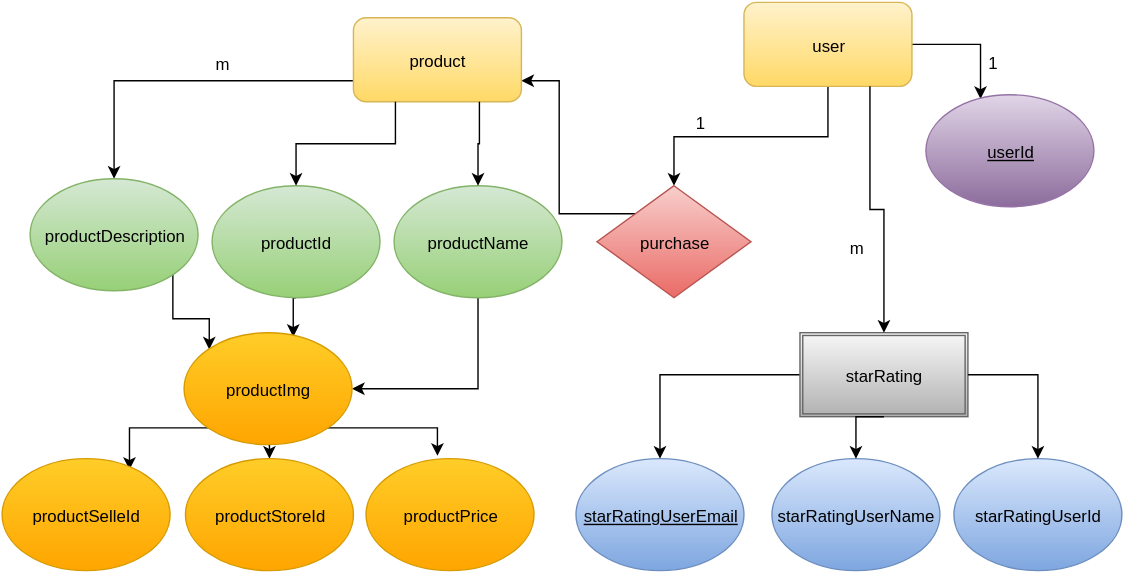
The draw.io diagram images/ebay-erd.svg in marcelo-ibarra/ebaydatadesign, before a commit. Source tidied: cells renumbered, new cells last; positions are measured from the earlier drawing's top-left corner, leaving out a move shared by most shapes.
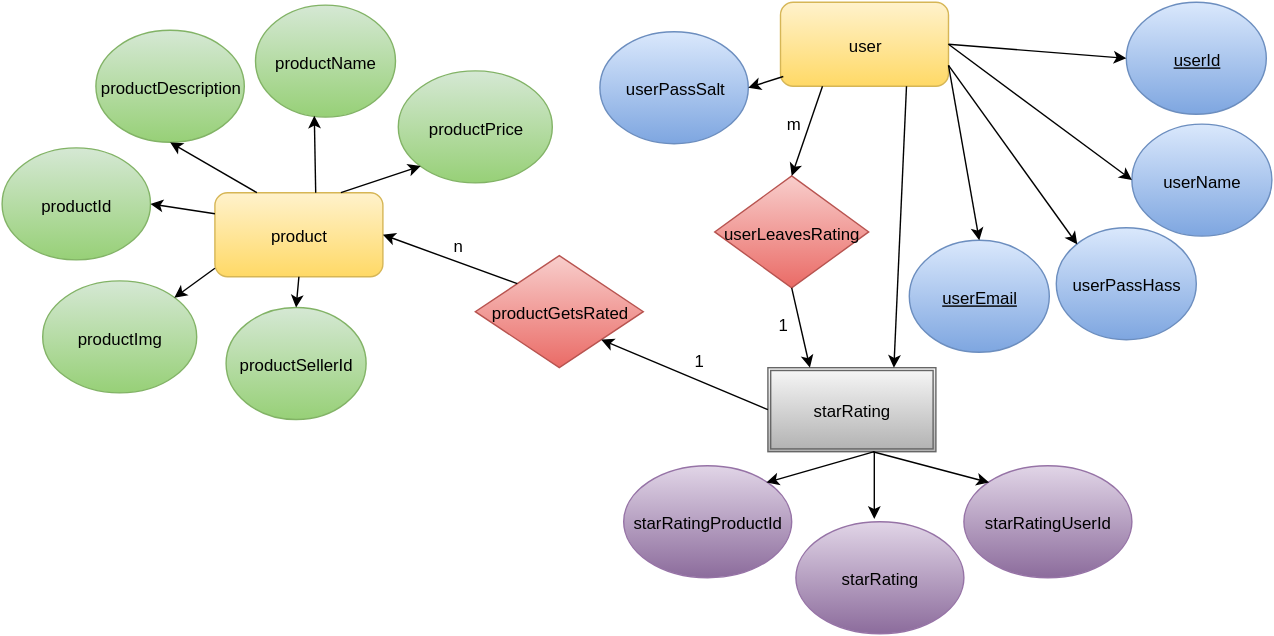
After the commit.

What changed in the source:
```diff
@@ -2,110 +2,140 @@
   <root>
     <mxCell id="0" />
     <mxCell id="1" parent="0" />
-    <mxCell id="2" style="edgeStyle=orthogonalEdgeStyle;rounded=0;html=1;exitX=0;exitY=0.75;jettySize=auto;" parent="1" edge="1" source="17" target="9">
-      <mxGeometry relative="1" as="geometry" />
-    </mxCell>
-    <mxCell id="3" style="edgeStyle=orthogonalEdgeStyle;rounded=0;html=1;exitX=0.5;exitY=1;entryX=0.5;entryY=0;jettySize=auto;" parent="1" edge="1" source="5" target="7">
-      <mxGeometry relative="1" as="geometry" />
-    </mxCell>
-    <mxCell id="4" style="edgeStyle=orthogonalEdgeStyle;rounded=0;html=1;exitX=1;exitY=0.5;entryX=0.325;entryY=0.036;entryPerimeter=0;jettySize=auto;" parent="1" edge="1" source="5" target="35">
-      <mxGeometry relative="1" as="geometry" />
-    </mxCell>
     <mxCell id="5" value="user" style="rounded=1;whiteSpace=wrap;html=1;plain-yellow;" parent="1" vertex="1">
-      <mxGeometry x="530" width="120" height="60" as="geometry" />
+      <mxGeometry x="553" y="-15" width="120" height="60" as="geometry" />
     </mxCell>
-    <mxCell id="6" style="edgeStyle=orthogonalEdgeStyle;rounded=0;html=1;exitX=0;exitY=0;entryX=1;entryY=0.75;jettySize=auto;" parent="1" edge="1" source="7" target="17">
-      <mxGeometry relative="1" as="geometry" />
-    </mxCell>
-    <mxCell id="7" value="purchase" style="rhombus;whiteSpace=wrap;html=1;plain-red;" parent="1" vertex="1">
-      <mxGeometry x="425" y="131" width="110" height="80" as="geometry" />
+    <mxCell id="7" value="userLeavesRating" style="rhombus;whiteSpace=wrap;html=1;plain-red;" parent="1" vertex="1">
+      <mxGeometry x="506" y="109" width="110" height="80" as="geometry" />
     </mxCell>
-    <mxCell id="8" style="edgeStyle=orthogonalEdgeStyle;rounded=0;html=1;exitX=1;exitY=1;entryX=0;entryY=0;jettySize=auto;" parent="1" edge="1" source="9" target="30">
-      <mxGeometry relative="1" as="geometry" />
-    </mxCell>
     <mxCell id="9" value="productDescription" style="ellipse;whiteSpace=wrap;html=1;plain-green;" parent="1" vertex="1">
-      <mxGeometry x="20" y="126" width="120" height="80" as="geometry" />
+      <mxGeometry x="64" y="5" width="106" height="80" as="geometry" />
     </mxCell>
-    <mxCell id="10" style="edgeStyle=orthogonalEdgeStyle;rounded=0;html=1;exitX=0;exitY=0.5;entryX=0.5;entryY=0;jettySize=auto;" parent="1" edge="1" source="11" target="12">
-      <mxGeometry relative="1" as="geometry" />
-    </mxCell>
     <mxCell id="11" value="starRating" style="shape=ext;double=1;whiteSpace=wrap;html=1;plain-gray;" parent="1" vertex="1">
-      <mxGeometry x="570" y="236" width="120" height="60" as="geometry" />
+      <mxGeometry x="544" y="246" width="120" height="60" as="geometry" />
     </mxCell>
-    <mxCell id="12" value="&lt;u&gt;starRatingUserEmail&lt;/u&gt;" style="ellipse;whiteSpace=wrap;html=1;plain-blue;" parent="1" vertex="1">
-      <mxGeometry x="410" y="326" width="120" height="80" as="geometry" />
+    <mxCell id="12" value="&lt;u&gt;userEmail&lt;/u&gt;" style="ellipse;whiteSpace=wrap;html=1;plain-blue;" parent="1" vertex="1">
+      <mxGeometry x="645" y="155" width="100" height="80" as="geometry" />
     </mxCell>
-    <mxCell id="13" value="starRatingUserId" style="ellipse;whiteSpace=wrap;html=1;plain-blue;" parent="1" vertex="1">
-      <mxGeometry x="680" y="326" width="120" height="80" as="geometry" />
+    <mxCell id="13" value="starRatingUserId" style="ellipse;whiteSpace=wrap;html=1;plain-purple;" parent="1" vertex="1">
+      <mxGeometry x="684" y="316" width="120" height="80" as="geometry" />
     </mxCell>
-    <mxCell id="14" value="starRatingUserName" style="ellipse;whiteSpace=wrap;html=1;plain-blue;" parent="1" vertex="1">
-      <mxGeometry x="550" y="326" width="120" height="80" as="geometry" />
+    <mxCell id="14" value="userName" style="ellipse;whiteSpace=wrap;html=1;plain-blue;" parent="1" vertex="1">
+      <mxGeometry x="804" y="72" width="100" height="80" as="geometry" />
     </mxCell>
-    <mxCell id="15" value="1" style="text;html=1;align=left;verticalAlign=top;spacingTop=-4;" parent="1" vertex="1">
-      <mxGeometry x="494" y="77" width="20" height="10" as="geometry" />
-    </mxCell>
-    <mxCell id="16" value="m" style="text;html=1;align=left;verticalAlign=top;spacingTop=-4;" parent="1" vertex="1">
-      <mxGeometry x="604" y="166" width="30" height="10" as="geometry" />
-    </mxCell>
     <mxCell id="17" value="product" style="rounded=1;whiteSpace=wrap;html=1;plain-yellow;" parent="1" vertex="1">
-      <mxGeometry x="251" y="11" width="120" height="60" as="geometry" />
+      <mxGeometry x="149" y="121" width="120" height="60" as="geometry" />
     </mxCell>
-    <mxCell id="18" style="edgeStyle=orthogonalEdgeStyle;rounded=0;html=1;exitX=1;exitY=0.5;entryX=0.5;entryY=0;jettySize=auto;" parent="1" edge="1" source="11" target="13">
-      <mxGeometry relative="1" as="geometry" />
-    </mxCell>
-    <mxCell id="19" style="edgeStyle=orthogonalEdgeStyle;rounded=0;html=1;exitX=0.5;exitY=1;entryX=0.5;entryY=0;jettySize=auto;" parent="1" edge="1" source="11" target="14">
-      <mxGeometry relative="1" as="geometry" />
-    </mxCell>
-    <mxCell id="20" style="edgeStyle=orthogonalEdgeStyle;rounded=0;html=1;exitX=0.5;exitY=1;entryX=0.65;entryY=0.036;entryPerimeter=0;jettySize=auto;" parent="1" edge="1" source="21" target="30">
-      <mxGeometry relative="1" as="geometry" />
-    </mxCell>
     <mxCell id="21" value="productId" style="ellipse;whiteSpace=wrap;html=1;plain-green;" parent="1" vertex="1">
-      <mxGeometry x="150" y="131" width="120" height="80" as="geometry" />
+      <mxGeometry x="-3" y="89" width="106" height="80" as="geometry" />
     </mxCell>
-    <mxCell id="22" style="edgeStyle=orthogonalEdgeStyle;rounded=0;html=1;exitX=0.5;exitY=1;entryX=1;entryY=0.5;jettySize=auto;" parent="1" edge="1" source="23" target="30">
-      <mxGeometry relative="1" as="geometry" />
-    </mxCell>
     <mxCell id="23" value="productName" style="ellipse;whiteSpace=wrap;html=1;plain-green;" parent="1" vertex="1">
-      <mxGeometry x="280" y="131" width="120" height="80" as="geometry" />
+      <mxGeometry x="178" y="-13" width="100" height="80" as="geometry" />
     </mxCell>
-    <mxCell id="24" style="edgeStyle=orthogonalEdgeStyle;rounded=0;html=1;exitX=0.25;exitY=1;entryX=0.5;entryY=0;jettySize=auto;" parent="1" edge="1" source="17" target="21">
-      <mxGeometry relative="1" as="geometry" />
-    </mxCell>
-    <mxCell id="25" style="edgeStyle=orthogonalEdgeStyle;rounded=0;html=1;exitX=0.75;exitY=1;jettySize=auto;" parent="1" edge="1" source="17" target="23">
-      <mxGeometry relative="1" as="geometry" />
-    </mxCell>
-    <mxCell id="26" style="edgeStyle=orthogonalEdgeStyle;rounded=0;html=1;exitX=0.75;exitY=1;entryX=0.5;entryY=0;jettySize=auto;" parent="1" edge="1" source="5" target="11">
-      <mxGeometry relative="1" as="geometry" />
-    </mxCell>
-    <mxCell id="27" style="edgeStyle=orthogonalEdgeStyle;rounded=0;html=1;exitX=0;exitY=1;entryX=0.758;entryY=0.099;entryPerimeter=0;jettySize=auto;" parent="1" edge="1" source="30" target="31">
-      <mxGeometry relative="1" as="geometry" />
-    </mxCell>
-    <mxCell id="28" style="edgeStyle=orthogonalEdgeStyle;rounded=0;html=1;exitX=0.5;exitY=1;entryX=0.5;entryY=0;jettySize=auto;" parent="1" edge="1" source="30" target="32">
-      <mxGeometry relative="1" as="geometry" />
-    </mxCell>
-    <mxCell id="29" style="edgeStyle=orthogonalEdgeStyle;rounded=0;html=1;exitX=1;exitY=1;entryX=0.425;entryY=-0.026;entryPerimeter=0;jettySize=auto;" parent="1" edge="1" source="30" target="33">
-      <mxGeometry relative="1" as="geometry" />
-    </mxCell>
-    <mxCell id="30" value="productImg" style="ellipse;whiteSpace=wrap;html=1;plain-orange;" parent="1" vertex="1">
-      <mxGeometry x="130" y="236" width="120" height="80" as="geometry" />
+    <mxCell id="30" value="productImg" style="ellipse;whiteSpace=wrap;html=1;plain-green;" parent="1" vertex="1">
+      <mxGeometry x="26" y="184" width="110" height="80" as="geometry" />
     </mxCell>
-    <mxCell id="31" value="productSelleId" style="ellipse;whiteSpace=wrap;html=1;plain-orange;" parent="1" vertex="1">
-      <mxGeometry y="326" width="120" height="80" as="geometry" />
+    <mxCell id="31" value="productPrice" style="ellipse;whiteSpace=wrap;html=1;plain-green;" parent="1" vertex="1">
+      <mxGeometry x="280" y="34" width="110" height="80" as="geometry" />
     </mxCell>
-    <mxCell id="32" value="productStoreId" style="ellipse;whiteSpace=wrap;html=1;plain-orange;" parent="1" vertex="1">
-      <mxGeometry x="131" y="326" width="120" height="80" as="geometry" />
-    </mxCell>
-    <mxCell id="33" value="productPrice" style="ellipse;whiteSpace=wrap;html=1;plain-orange;" parent="1" vertex="1">
-      <mxGeometry x="260" y="326" width="120" height="80" as="geometry" />
+    <mxCell id="33" value="productSellerId" style="ellipse;whiteSpace=wrap;html=1;plain-green;" parent="1" vertex="1">
+      <mxGeometry x="157" y="203" width="100" height="80" as="geometry" />
     </mxCell>
-    <mxCell id="34" value="m" style="text;html=1;align=left;verticalAlign=top;spacingTop=-4;" parent="1" vertex="1">
-      <mxGeometry x="151" y="35" width="30" height="10" as="geometry" />
-    </mxCell>
-    <mxCell id="35" value="&lt;u&gt;userId&lt;/u&gt;" style="ellipse;whiteSpace=wrap;html=1;plain-purple;" parent="1" vertex="1">
-      <mxGeometry x="660" y="66" width="120" height="80" as="geometry" />
+    <mxCell id="35" value="&lt;u&gt;userId&lt;/u&gt;" style="ellipse;whiteSpace=wrap;html=1;plain-blue;" parent="1" vertex="1">
+      <mxGeometry x="800" y="-15" width="100" height="80" as="geometry" />
     </mxCell>
-    <mxCell id="36" value="1" style="text;html=1;align=left;verticalAlign=top;spacingTop=-4;" parent="1" vertex="1">
-      <mxGeometry x="703" y="34" width="20" height="10" as="geometry" />
-    </mxCell>
+    <mxCell id="37" value="starRatingProductId" style="ellipse;whiteSpace=wrap;html=1;plain-purple;" parent="1" vertex="1">
+      <mxGeometry x="441" y="316" width="120" height="80" as="geometry" />
+    </mxCell>
+    <mxCell id="38" value="userPassHass" style="ellipse;whiteSpace=wrap;html=1;strokeWidth=1;plain-blue;" parent="1" vertex="1">
+      <mxGeometry x="750" y="146" width="100" height="80" as="geometry" />
+    </mxCell>
+    <mxCell id="39" style="endArrow=classic;html=1;entryX=0;entryY=0.5;" parent="1" edge="1" target="35">
+      <mxGeometry relative="1" as="geometry">
+        <mxPoint x="673" y="15" as="sourcePoint" />
+      </mxGeometry>
+    </mxCell>
+    <mxCell id="40" style="endArrow=classic;html=1;entryX=0;entryY=0.5;exitX=1;exitY=0.5;" parent="1" edge="1" source="5" target="14">
+      <mxGeometry relative="1" as="geometry" />
+    </mxCell>
+    <mxCell id="41" style="endArrow=classic;html=1;entryX=0;entryY=0;exitX=1;exitY=0.75;" parent="1" edge="1" source="5" target="38">
+      <mxGeometry relative="1" as="geometry" />
+    </mxCell>
+    <mxCell id="42" style="endArrow=classic;html=1;entryX=0.5;entryY=0;exitX=1;exitY=0.75;" parent="1" edge="1" source="5" target="12">
+      <mxGeometry relative="1" as="geometry" />
+    </mxCell>
+    <mxCell id="26" style="endArrow=classic;html=1;entryX=0.75;entryY=0;exitX=0.75;exitY=1;" parent="1" edge="1" source="5" target="11">
+      <mxGeometry relative="1" as="geometry" />
+    </mxCell>
+    <mxCell id="43" value="productGetsRated" style="rhombus;whiteSpace=wrap;html=1;strokeWidth=1;plain-red;" parent="1" vertex="1">
+      <mxGeometry x="335" y="166" width="120" height="80" as="geometry" />
+    </mxCell>
+    <mxCell id="44" value="starRating" style="ellipse;whiteSpace=wrap;html=1;strokeWidth=1;plain-purple;" parent="1" vertex="1">
+      <mxGeometry x="564" y="356" width="120" height="80" as="geometry" />
+    </mxCell>
+    <mxCell id="18" style="endArrow=classic;html=1;entryX=0;entryY=0;exitX=0.621;exitY=1.002;exitPerimeter=0;" parent="1" edge="1" source="11" target="13">
+      <mxGeometry relative="1" as="geometry" />
+    </mxCell>
+    <mxCell id="45" style="endArrow=classic;html=1;" parent="1" edge="1">
+      <mxGeometry relative="1" as="geometry">
+        <mxPoint x="620" y="306" as="sourcePoint" />
+        <mxPoint x="620" y="354" as="targetPoint" />
+      </mxGeometry>
+    </mxCell>
+    <mxCell id="46" style="endArrow=classic;html=1;entryX=1;entryY=0;" parent="1" edge="1" target="37">
+      <mxGeometry relative="1" as="geometry">
+        <mxPoint x="620" y="306" as="sourcePoint" />
+      </mxGeometry>
+    </mxCell>
+    <mxCell id="47" style="endArrow=classic;html=1;exitX=0.596;exitY=0.002;exitPerimeter=0;" parent="1" edge="1" source="17">
+      <mxGeometry relative="1" as="geometry">
+        <mxPoint x="220" y="66" as="targetPoint" />
+      </mxGeometry>
+    </mxCell>
+    <mxCell id="48" style="endArrow=classic;html=1;entryX=0;entryY=1;exitX=0.75;exitY=0;" parent="1" edge="1" source="17" target="31">
+      <mxGeometry relative="1" as="geometry" />
+    </mxCell>
+    <mxCell id="2" style="endArrow=classic;html=1;entryX=0.5;entryY=1;exitX=0.25;exitY=0;" parent="1" edge="1" source="17" target="9">
+      <mxGeometry relative="1" as="geometry" />
+    </mxCell>
+    <mxCell id="24" style="endArrow=classic;html=1;exitX=0;exitY=0.25;entryX=1;entryY=0.5;" parent="1" edge="1" source="17" target="21">
+      <mxGeometry relative="1" as="geometry" />
+    </mxCell>
+    <mxCell id="49" style="endArrow=classic;html=1;exitX=-0.003;exitY=0.902;exitPerimeter=0;entryX=1;entryY=0;" parent="1" edge="1" source="17" target="30">
+      <mxGeometry relative="1" as="geometry" />
+    </mxCell>
+    <mxCell id="50" style="endArrow=classic;html=1;entryX=0.5;entryY=0;exitX=0.5;exitY=1;" parent="1" edge="1" source="17" target="33">
+      <mxGeometry relative="1" as="geometry" />
+    </mxCell>
+    <mxCell id="3" style="endArrow=classic;html=1;entryX=0.5;entryY=0;exitX=0.25;exitY=1;" parent="1" edge="1" source="5" target="7">
+      <mxGeometry relative="1" as="geometry" />
+    </mxCell>
+    <mxCell id="51" style="endArrow=classic;html=1;entryX=0.25;entryY=0;exitX=0.5;exitY=1;" parent="1" edge="1" source="7" target="11">
+      <mxGeometry relative="1" as="geometry" />
+    </mxCell>
+    <mxCell id="52" style="endArrow=classic;html=1;exitX=0;exitY=0.5;entryX=1;entryY=1;" parent="1" edge="1" source="11" target="43">
+      <mxGeometry relative="1" as="geometry" />
+    </mxCell>
+    <mxCell id="53" style="endArrow=classic;html=1;exitX=0;exitY=0;entryX=1;entryY=0.5;" parent="1" edge="1" source="43" target="17">
+      <mxGeometry relative="1" as="geometry" />
+    </mxCell>
+    <mxCell id="54" value="n" style="text;html=1;align=left;verticalAlign=top;spacingTop=-4;" parent="1" vertex="1">
+      <mxGeometry x="318" y="150" width="20" height="10" as="geometry" />
+    </mxCell>
+    <mxCell id="55" value="1" style="text;html=1;align=left;verticalAlign=top;spacingTop=-4;" parent="1" vertex="1">
+      <mxGeometry x="490" y="232" width="20" height="10" as="geometry" />
+    </mxCell>
+    <mxCell id="56" value="1" style="text;html=1;align=left;verticalAlign=top;spacingTop=-4;" parent="1" vertex="1">
+      <mxGeometry x="550" y="206" width="20" height="10" as="geometry" />
+    </mxCell>
+    <mxCell id="57" value="m" style="text;html=1;align=left;verticalAlign=top;spacingTop=-4;" parent="1" vertex="1">
+      <mxGeometry x="556" y="63" width="30" height="10" as="geometry" />
+    </mxCell>
+    <mxCell id="58" value="userPassSalt" style="ellipse;whiteSpace=wrap;html=1;strokeWidth=1;plain-blue;" parent="1" vertex="1">
+      <mxGeometry x="424" y="6" width="106" height="80" as="geometry" />
+    </mxCell>
+    <mxCell id="59" style="endArrow=classic;html=1;entryX=1;entryY=0.5;exitX=0.014;exitY=0.883;exitPerimeter=0;" parent="1" edge="1" source="5" target="58">
+      <mxGeometry relative="1" as="geometry" />
+    </mxCell>
   </root>
 </mxGraphModel>
```
